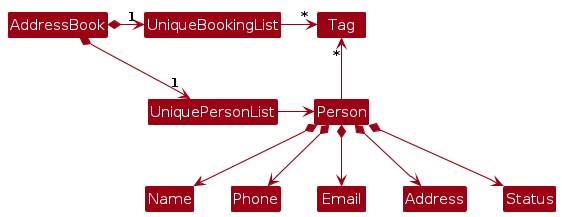
Earlier version of the PlantUML export diagrams/BetterModelClassDiagram.png (AY2526S1-CS2103T-T08-1/tp). Its source is kept beside it as diagrams/BetterModelClassDiagram.puml. The source it was exported from:
```plantuml
@startuml
!include style.puml
skinparam arrowThickness 1.1
skinparam arrowColor MODEL_COLOR
skinparam classBackgroundColor MODEL_COLOR

AddressBook *-right-> "1" UniquePersonList
AddressBook *-right-> "1" UniqueBookingList
UniqueBookingList -[hidden]down- UniquePersonList
UniqueBookingList -[hidden]down- UniquePersonList

UniqueBookingList -right-> "*" Tag
UniquePersonList -right-> Person

Person -up-> "*" Tag

Person *--> Name
Person *--> Phone
Person *--> Email
Person *--> Address
Person *--> Status
@enduml
```
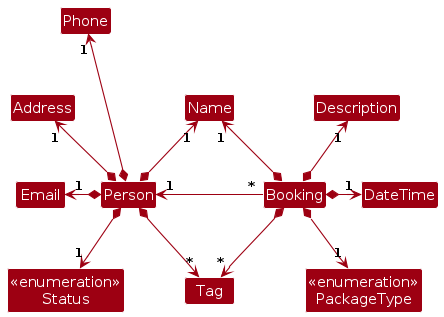
The same file after the commit.

Diff of the diagram source:
```diff
@@ -4,19 +4,41 @@
 skinparam arrowColor MODEL_COLOR
 skinparam classBackgroundColor MODEL_COLOR
 
-AddressBook *-right-> "1" UniquePersonList
-AddressBook *-right-> "1" UniqueBookingList
-UniqueBookingList -[hidden]down- UniquePersonList
-UniqueBookingList -[hidden]down- UniquePersonList
+Class Person
+Class Booking {
+  +isPaid : boolean
+}
+Class Address
+Class Email
+Class Name
+Class Phone
+Class Tag
+Class Description
+Class DateTime
+Enum "<<enumeration>>\nPackageType" as PackageType
+Enum "<<enumeration>>\nStatus" as Status
 
-UniqueBookingList -right-> "*" Tag
-UniquePersonList -right-> Person
 
-Person -up-> "*" Tag
 
-Person *--> Name
-Person *--> Phone
-Person *--> Email
-Person *--> Address
-Person *--> Status
+Person *-up->"1" Name
+Person *-left->"1" Phone
+Person *-left->"1" Email
+Person *-left->"1" Address
+Person *-down->"1" Status
+Person *-down->"*" Tag
+Booking "*"-left->"1" Person
+
+Booking *-down->"1" PackageType
+Booking *-up->"1" Description
+Booking *-right->"1" DateTime
+Booking *-down->"*" Tag
+Booking *-up->"1" Name
+
+Phone -[hidden]down-> Address
+Address -[hidden]down-> Email
+Email -[hidden]down-> Status
+
+Description -[hidden]down-> DateTime
+DateTime -[hidden]down-> PackageType
+Name -[hidden]down-> Tag
 @enduml
```
